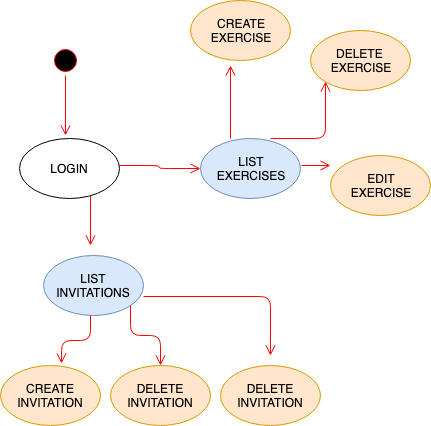
This is staff/nicolas-martin/startlab/startlab-doc/images/flow-admin.png from b00tc4mp/skylab-bootcamp-201901, a draw.io export, as it was before one commit. Source tidied: cells renumbered, new cells last; positions are measured from the earlier drawing's top-left corner, leaving out a move shared by most shapes.
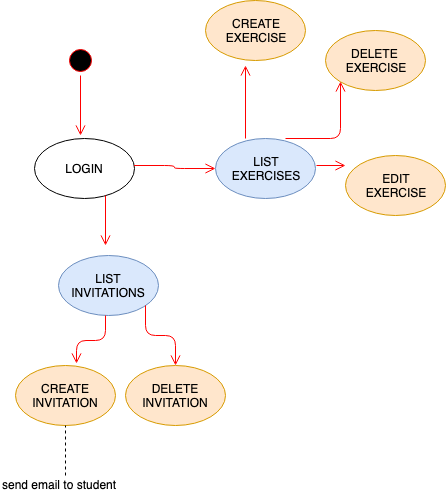
After the change.

The edit, as a diff of the source:
```diff
@@ -62,23 +62,23 @@
     <mxCell id="16" value="DELETE&lt;br&gt;INVITATION&lt;br&gt;" style="strokeWidth=1;html=1;shape=mxgraph.flowchart.start_1;whiteSpace=wrap;fillColor=#ffe6cc;strokeColor=#d79b00;" parent="1" vertex="1">
       <mxGeometry x="110" y="365" width="100" height="60" as="geometry" />
     </mxCell>
-    <mxCell id="17" value="DELETE&lt;br&gt;INVITATION&lt;br&gt;" style="strokeWidth=1;html=1;shape=mxgraph.flowchart.start_1;whiteSpace=wrap;fillColor=#ffe6cc;strokeColor=#d79b00;" parent="1" vertex="1">
-      <mxGeometry x="220" y="365" width="100" height="60" as="geometry" />
-    </mxCell>
     <mxCell id="18" style="edgeStyle=orthogonalEdgeStyle;html=1;verticalAlign=bottom;endArrow=open;endSize=8;strokeColor=#ff0000;entryX=0.61;entryY=-0.033;entryDx=0;entryDy=0;entryPerimeter=0;" parent="1" edge="1" target="15">
       <mxGeometry relative="1" as="geometry">
         <mxPoint x="90" y="315" as="sourcePoint" />
       </mxGeometry>
     </mxCell>
-    <mxCell id="19" style="edgeStyle=orthogonalEdgeStyle;html=1;verticalAlign=bottom;endArrow=open;endSize=8;strokeColor=#ff0000;exitX=1;exitY=0.683;exitDx=0;exitDy=0;exitPerimeter=0;" parent="1" edge="1" source="13">
-      <mxGeometry relative="1" as="geometry">
-        <mxPoint x="270" y="355" as="targetPoint" />
-      </mxGeometry>
-    </mxCell>
     <mxCell id="20" style="edgeStyle=orthogonalEdgeStyle;html=1;verticalAlign=bottom;endArrow=open;endSize=8;strokeColor=#ff0000;entryX=0.5;entryY=0;entryDx=0;entryDy=0;entryPerimeter=0;" parent="1" edge="1" target="16">
       <mxGeometry relative="1" as="geometry">
         <mxPoint x="130" y="305" as="sourcePoint" />
       </mxGeometry>
     </mxCell>
+    <mxCell id="21" style="endArrow=none;dashed=1;html=1;entryX=0.5;entryY=1;entryDx=0;entryDy=0;entryPerimeter=0;" parent="1" edge="1" target="15">
+      <mxGeometry relative="1" as="geometry">
+        <mxPoint x="50" y="475" as="sourcePoint" />
+      </mxGeometry>
+    </mxCell>
+    <mxCell id="22" value="send email to student&lt;br&gt;" style="text;html=1;align=left;verticalAlign=top;spacingTop=-4;" parent="1" vertex="1">
+      <mxGeometry x="-15" y="475" width="130" height="20" as="geometry" />
+    </mxCell>
   </root>
 </mxGraphModel>
```
